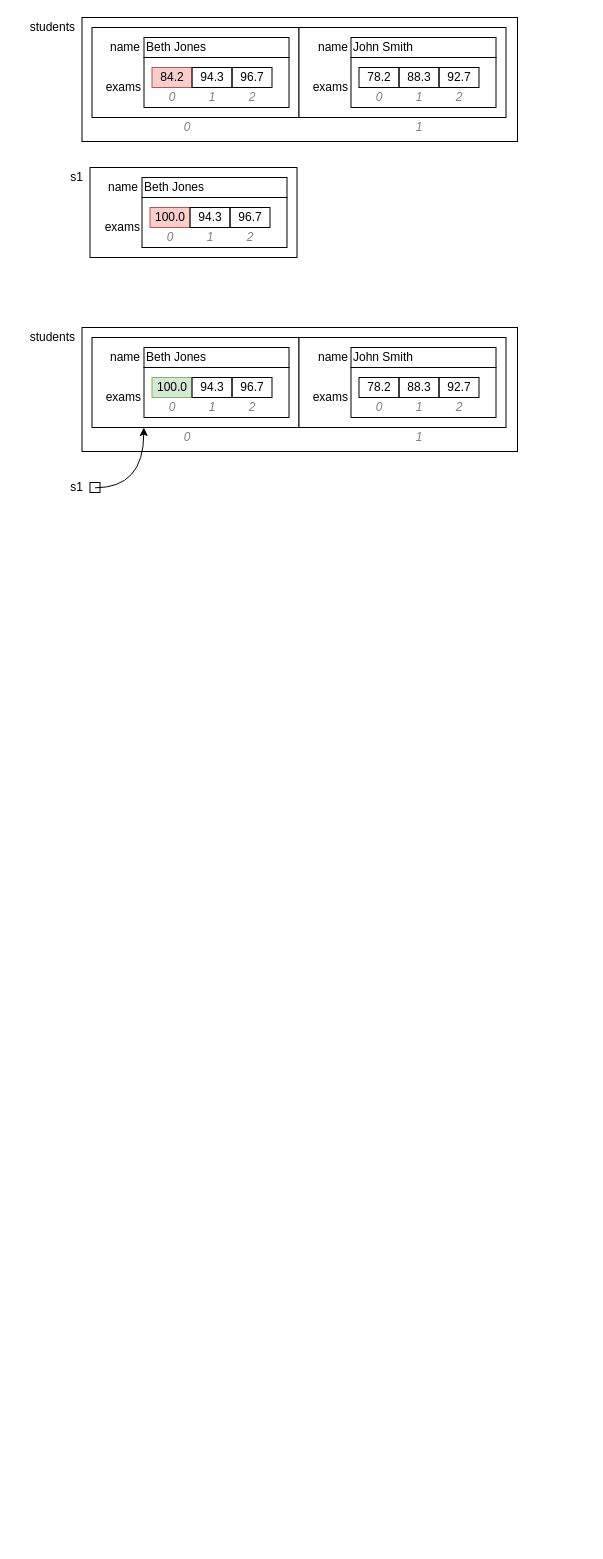
This is page "Page-2" (2 of 3) of external/images/structs.drawio from ascholerChemeketa/welcomeprogramming, a draw.io file, before an edit. Source tidied: cells renumbered, new cells numbered last; positions are measured from the earlier drawing's top-left corner, leaving out a move shared by most shapes. Both pictures are drawn from the tidied source at 100%, with x=0, y=0 at pixel (17, 17).
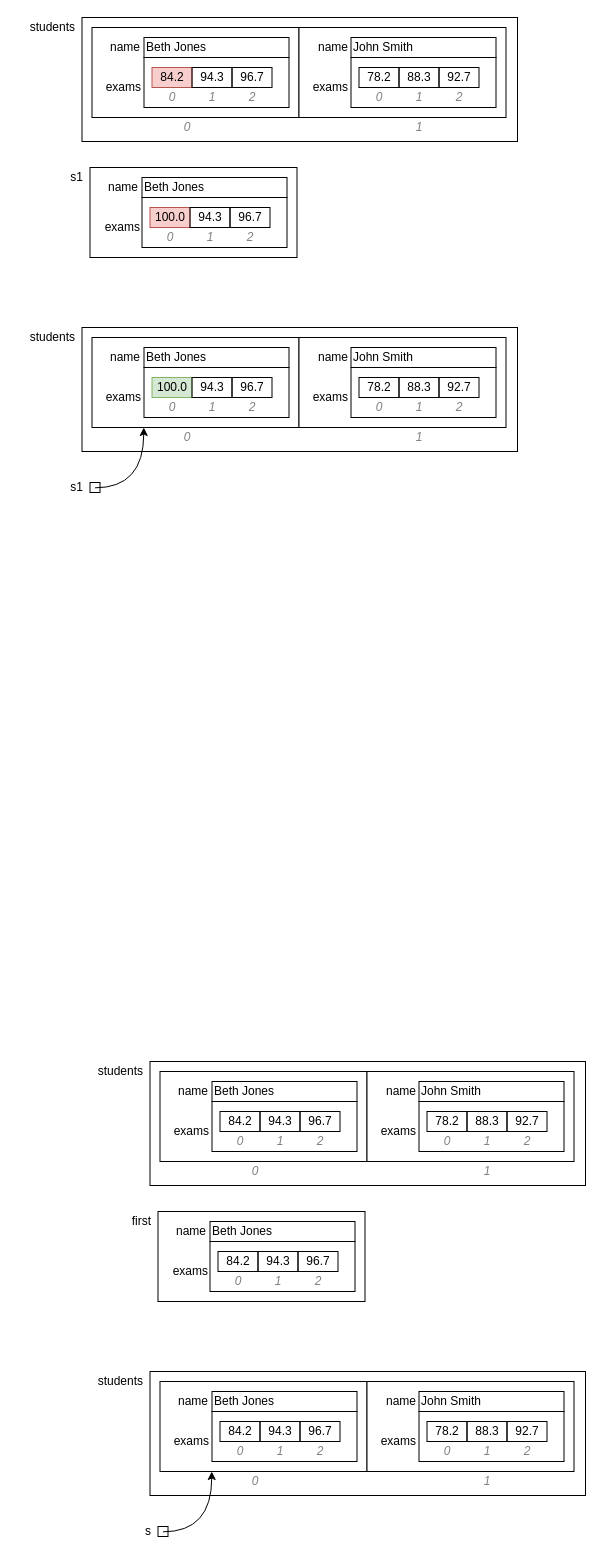
Above is the later version.

The edit, as a diff of the source:
```diff
@@
+    <mxCell id="114" style="rounded=0;whiteSpace=wrap;html=1;" parent="1" vertex="1">
+      <mxGeometry x="132.5" y="1044" width="435.5" height="124" as="geometry" />
+    </mxCell>
+    <mxCell id="115" style="rounded=0;whiteSpace=wrap;html=1;" parent="1" vertex="1">
+      <mxGeometry x="142.5" y="1054" width="207" height="90" as="geometry" />
+    </mxCell>
+    <mxCell id="116" style="rounded=0;whiteSpace=wrap;html=1;align=left;" parent="1" vertex="1">
+      <mxGeometry x="194.5" y="1084" width="145" height="50" as="geometry" />
+    </mxCell>
+    <mxCell id="117" value="students" style="text;html=1;strokeColor=none;fillColor=none;align=right;verticalAlign=middle;whiteSpace=wrap;rounded=0;" parent="1" vertex="1">
+      <mxGeometry x="68" y="1044" width="60" height="20" as="geometry" />
+    </mxCell>
+    <mxCell id="118" value="Beth Jones" style="rounded=0;whiteSpace=wrap;html=1;align=left;" parent="1" vertex="1">
+      <mxGeometry x="194.5" y="1064" width="145" height="20" as="geometry" />
+    </mxCell>
+    <mxCell id="119" value="name" style="text;html=1;strokeColor=none;fillColor=none;align=right;verticalAlign=middle;whiteSpace=wrap;rounded=0;" parent="1" vertex="1">
+      <mxGeometry x="132.5" y="1064" width="60" height="20" as="geometry" />
+    </mxCell>
+    <mxCell id="120" value="exams" style="text;html=1;strokeColor=none;fillColor=none;align=right;verticalAlign=middle;whiteSpace=wrap;rounded=0;" parent="1" vertex="1">
+      <mxGeometry x="153.5" y="1104" width="40" height="20" as="geometry" />
+    </mxCell>
+    <mxCell id="121" style="group;" parent="1" vertex="1">
+      <mxGeometry x="202.5" y="1094" width="40" height="40" as="geometry" />
+    </mxCell>
+    <mxCell id="122" style="group;fillColor=none;" parent="121" vertex="1">
+      <mxGeometry width="40" height="40" as="geometry" />
+    </mxCell>
+    <mxCell id="123" style="group;" parent="122" vertex="1">
+      <mxGeometry width="40" height="40" as="geometry" />
+    </mxCell>
+    <mxCell id="124" value="84.2" style="rounded=0;whiteSpace=wrap;html=1;" parent="123" vertex="1">
+      <mxGeometry width="40" height="20" as="geometry" />
+    </mxCell>
+    <mxCell id="125" value="0" style="text;html=1;strokeColor=none;fillColor=none;align=center;verticalAlign=middle;whiteSpace=wrap;rounded=0;fontStyle=2;fontColor=#808080;" parent="123" vertex="1">
+      <mxGeometry y="20" width="40" height="20" as="geometry" />
+    </mxCell>
+    <mxCell id="126" style="group;" parent="1" vertex="1">
+      <mxGeometry x="242.5" y="1094" width="40" height="40" as="geometry" />
+    </mxCell>
+    <mxCell id="127" style="group;fillColor=none;" parent="126" vertex="1">
+      <mxGeometry width="40" height="40" as="geometry" />
+    </mxCell>
+    <mxCell id="128" style="group;fillColor=none;" parent="127" vertex="1">
+      <mxGeometry width="40" height="40" as="geometry" />
+    </mxCell>
+    <mxCell id="129" value="94.3" style="rounded=0;whiteSpace=wrap;html=1;fillColor=none;" parent="128" vertex="1">
+      <mxGeometry width="40" height="20" as="geometry" />
+    </mxCell>
+    <mxCell id="130" value="1" style="text;html=1;strokeColor=none;fillColor=none;align=center;verticalAlign=middle;whiteSpace=wrap;rounded=0;fontStyle=2;fontColor=#808080;" parent="128" vertex="1">
+      <mxGeometry y="20" width="40" height="20" as="geometry" />
+    </mxCell>
+    <mxCell id="131" style="group;" parent="1" vertex="1">
+      <mxGeometry x="282.5" y="1094" width="40" height="40" as="geometry" />
+    </mxCell>
+    <mxCell id="132" style="group;fillColor=none;" parent="131" vertex="1">
+      <mxGeometry width="40" height="40" as="geometry" />
+    </mxCell>
+    <mxCell id="133" style="group;fillColor=none;" parent="132" vertex="1">
+      <mxGeometry width="40" height="40" as="geometry" />
+    </mxCell>
+    <mxCell id="134" value="96.7" style="rounded=0;whiteSpace=wrap;html=1;fillColor=none;" parent="133" vertex="1">
+      <mxGeometry width="40" height="20" as="geometry" />
+    </mxCell>
+    <mxCell id="135" value="2" style="text;html=1;strokeColor=none;fillColor=none;align=center;verticalAlign=middle;whiteSpace=wrap;rounded=0;fontStyle=2;fontColor=#808080;" parent="133" vertex="1">
+      <mxGeometry y="20" width="40" height="20" as="geometry" />
+    </mxCell>
+    <mxCell id="136" style="rounded=0;whiteSpace=wrap;html=1;" parent="1" vertex="1">
+      <mxGeometry x="349.5" y="1054" width="207" height="90" as="geometry" />
+    </mxCell>
+    <mxCell id="137" style="rounded=0;whiteSpace=wrap;html=1;align=left;" parent="1" vertex="1">
+      <mxGeometry x="401.5" y="1084" width="145" height="50" as="geometry" />
+    </mxCell>
+    <mxCell id="138" value="John Smith" style="rounded=0;whiteSpace=wrap;html=1;align=left;" parent="1" vertex="1">
+      <mxGeometry x="401.5" y="1064" width="145" height="20" as="geometry" />
+    </mxCell>
+    <mxCell id="139" value="name" style="text;html=1;strokeColor=none;fillColor=none;align=right;verticalAlign=middle;whiteSpace=wrap;rounded=0;" parent="1" vertex="1">
+      <mxGeometry x="340.5" y="1064" width="60" height="20" as="geometry" />
+    </mxCell>
+    <mxCell id="140" value="exams" style="text;html=1;strokeColor=none;fillColor=none;align=right;verticalAlign=middle;whiteSpace=wrap;rounded=0;" parent="1" vertex="1">
+      <mxGeometry x="360.5" y="1104" width="40" height="20" as="geometry" />
+    </mxCell>
+    <mxCell id="141" style="group;" parent="1" vertex="1">
+      <mxGeometry x="409.5" y="1094" width="40" height="40" as="geometry" />
+    </mxCell>
+    <mxCell id="142" style="group;fillColor=none;" parent="141" vertex="1">
+      <mxGeometry width="40" height="40" as="geometry" />
+    </mxCell>
+    <mxCell id="143" style="group;fillColor=none;" parent="142" vertex="1">
+      <mxGeometry width="40" height="40" as="geometry" />
+    </mxCell>
+    <mxCell id="144" value="78.2" style="rounded=0;whiteSpace=wrap;html=1;fillColor=none;" parent="143" vertex="1">
+      <mxGeometry width="40" height="20" as="geometry" />
+    </mxCell>
+    <mxCell id="145" value="0" style="text;html=1;strokeColor=none;fillColor=none;align=center;verticalAlign=middle;whiteSpace=wrap;rounded=0;fontStyle=2;fontColor=#808080;" parent="143" vertex="1">
+      <mxGeometry y="20" width="40" height="20" as="geometry" />
+    </mxCell>
+    <mxCell id="146" style="group;" parent="1" vertex="1">
+      <mxGeometry x="449.5" y="1094" width="40" height="40" as="geometry" />
+    </mxCell>
+    <mxCell id="147" style="group;fillColor=none;" parent="146" vertex="1">
+      <mxGeometry width="40" height="40" as="geometry" />
+    </mxCell>
+    <mxCell id="148" style="group;fillColor=none;" parent="147" vertex="1">
+      <mxGeometry width="40" height="40" as="geometry" />
+    </mxCell>
+    <mxCell id="149" value="88.3" style="rounded=0;whiteSpace=wrap;html=1;fillColor=none;" parent="148" vertex="1">
+      <mxGeometry width="40" height="20" as="geometry" />
+    </mxCell>
+    <mxCell id="150" value="1" style="text;html=1;strokeColor=none;fillColor=none;align=center;verticalAlign=middle;whiteSpace=wrap;rounded=0;fontStyle=2;fontColor=#808080;" parent="148" vertex="1">
+      <mxGeometry y="20" width="40" height="20" as="geometry" />
+    </mxCell>
+    <mxCell id="151" style="group;" parent="1" vertex="1">
+      <mxGeometry x="489.5" y="1094" width="40" height="40" as="geometry" />
+    </mxCell>
+    <mxCell id="152" style="group;fillColor=none;" parent="151" vertex="1">
+      <mxGeometry width="40" height="40" as="geometry" />
+    </mxCell>
+    <mxCell id="153" style="group;fillColor=none;" parent="152" vertex="1">
+      <mxGeometry width="40" height="40" as="geometry" />
+    </mxCell>
+    <mxCell id="154" value="92.7" style="rounded=0;whiteSpace=wrap;html=1;fillColor=none;" parent="153" vertex="1">
+      <mxGeometry width="40" height="20" as="geometry" />
+    </mxCell>
+    <mxCell id="155" value="2" style="text;html=1;strokeColor=none;fillColor=none;align=center;verticalAlign=middle;whiteSpace=wrap;rounded=0;fontStyle=2;fontColor=#808080;" parent="153" vertex="1">
+      <mxGeometry y="20" width="40" height="20" as="geometry" />
+    </mxCell>
+    <mxCell id="156" value="0" style="text;html=1;strokeColor=none;fillColor=none;align=center;verticalAlign=middle;whiteSpace=wrap;rounded=0;fontStyle=2;fontColor=#808080;" parent="1" vertex="1">
+      <mxGeometry x="218" y="1144" width="40" height="20" as="geometry" />
+    </mxCell>
+    <mxCell id="157" value="1" style="text;html=1;strokeColor=none;fillColor=none;align=center;verticalAlign=middle;whiteSpace=wrap;rounded=0;fontStyle=2;fontColor=#808080;" parent="1" vertex="1">
+      <mxGeometry x="449.5" y="1144" width="40" height="20" as="geometry" />
+    </mxCell>
+    <mxCell id="158" style="rounded=0;whiteSpace=wrap;html=1;" parent="1" vertex="1">
+      <mxGeometry x="140.5" y="1194" width="207" height="90" as="geometry" />
+    </mxCell>
+    <mxCell id="159" style="rounded=0;whiteSpace=wrap;html=1;align=left;" parent="1" vertex="1">
+      <mxGeometry x="192.5" y="1224" width="145" height="50" as="geometry" />
+    </mxCell>
+    <mxCell id="160" value="first" style="text;html=1;strokeColor=none;fillColor=none;align=right;verticalAlign=middle;whiteSpace=wrap;rounded=0;" parent="1" vertex="1">
+      <mxGeometry x="76" y="1194" width="60" height="20" as="geometry" />
+    </mxCell>
+    <mxCell id="161" value="Beth Jones" style="rounded=0;whiteSpace=wrap;html=1;align=left;" parent="1" vertex="1">
+      <mxGeometry x="192.5" y="1204" width="145" height="20" as="geometry" />
+    </mxCell>
+    <mxCell id="162" value="name" style="text;html=1;strokeColor=none;fillColor=none;align=right;verticalAlign=middle;whiteSpace=wrap;rounded=0;" parent="1" vertex="1">
+      <mxGeometry x="130.5" y="1204" width="60" height="20" as="geometry" />
+    </mxCell>
+    <mxCell id="163" value="exams" style="text;html=1;strokeColor=none;fillColor=none;align=right;verticalAlign=middle;whiteSpace=wrap;rounded=0;" parent="1" vertex="1">
+      <mxGeometry x="152.5" y="1244" width="40" height="20" as="geometry" />
+    </mxCell>
+    <mxCell id="164" style="group;" parent="1" vertex="1">
+      <mxGeometry x="200.5" y="1234" width="40" height="40" as="geometry" />
+    </mxCell>
+    <mxCell id="165" style="group;fillColor=none;" parent="164" vertex="1">
+      <mxGeometry width="40" height="40" as="geometry" />
+    </mxCell>
+    <mxCell id="166" style="group;fillColor=none;" parent="165" vertex="1">
+      <mxGeometry width="40" height="40" as="geometry" />
+    </mxCell>
+    <mxCell id="167" value="84.2" style="rounded=0;whiteSpace=wrap;html=1;" parent="166" vertex="1">
+      <mxGeometry width="40" height="20" as="geometry" />
+    </mxCell>
+    <mxCell id="168" value="0" style="text;html=1;strokeColor=none;fillColor=none;align=center;verticalAlign=middle;whiteSpace=wrap;rounded=0;fontStyle=2;fontColor=#808080;" parent="166" vertex="1">
+      <mxGeometry y="20" width="40" height="20" as="geometry" />
+    </mxCell>
+    <mxCell id="169" style="group;" parent="1" vertex="1">
+      <mxGeometry x="240.5" y="1234" width="40" height="40" as="geometry" />
+    </mxCell>
+    <mxCell id="170" style="group;fillColor=none;" parent="169" vertex="1">
+      <mxGeometry width="40" height="40" as="geometry" />
+    </mxCell>
+    <mxCell id="171" style="group;fillColor=none;" parent="170" vertex="1">
+      <mxGeometry width="40" height="40" as="geometry" />
+    </mxCell>
+    <mxCell id="172" value="94.3" style="rounded=0;whiteSpace=wrap;html=1;fillColor=none;" parent="171" vertex="1">
+      <mxGeometry width="40" height="20" as="geometry" />
+    </mxCell>
+    <mxCell id="173" value="1" style="text;html=1;strokeColor=none;fillColor=none;align=center;verticalAlign=middle;whiteSpace=wrap;rounded=0;fontStyle=2;fontColor=#808080;" parent="171" vertex="1">
+      <mxGeometry y="20" width="40" height="20" as="geometry" />
+    </mxCell>
+    <mxCell id="174" style="group;" parent="1" vertex="1">
+      <mxGeometry x="280.5" y="1234" width="40" height="40" as="geometry" />
+    </mxCell>
+    <mxCell id="175" style="group;fillColor=none;" parent="174" vertex="1">
+      <mxGeometry width="40" height="40" as="geometry" />
+    </mxCell>
+    <mxCell id="176" style="group;fillColor=none;" parent="175" vertex="1">
+      <mxGeometry width="40" height="40" as="geometry" />
+    </mxCell>
+    <mxCell id="177" value="96.7" style="rounded=0;whiteSpace=wrap;html=1;fillColor=none;" parent="176" vertex="1">
+      <mxGeometry width="40" height="20" as="geometry" />
+    </mxCell>
+    <mxCell id="178" value="2" style="text;html=1;strokeColor=none;fillColor=none;align=center;verticalAlign=middle;whiteSpace=wrap;rounded=0;fontStyle=2;fontColor=#808080;" parent="176" vertex="1">
+      <mxGeometry y="20" width="40" height="20" as="geometry" />
+    </mxCell>
+    <mxCell id="179" style="rounded=0;whiteSpace=wrap;html=1;" parent="1" vertex="1">
+      <mxGeometry x="132.5" y="1354" width="435.5" height="124" as="geometry" />
+    </mxCell>
+    <mxCell id="180" style="rounded=0;whiteSpace=wrap;html=1;" parent="1" vertex="1">
+      <mxGeometry x="142.5" y="1364" width="207" height="90" as="geometry" />
+    </mxCell>
+    <mxCell id="181" style="rounded=0;whiteSpace=wrap;html=1;align=left;" parent="1" vertex="1">
+      <mxGeometry x="194.5" y="1394" width="145" height="50" as="geometry" />
+    </mxCell>
+    <mxCell id="182" value="students" style="text;html=1;strokeColor=none;fillColor=none;align=right;verticalAlign=middle;whiteSpace=wrap;rounded=0;" parent="1" vertex="1">
+      <mxGeometry x="68" y="1354" width="60" height="20" as="geometry" />
+    </mxCell>
+    <mxCell id="183" value="Beth Jones" style="rounded=0;whiteSpace=wrap;html=1;align=left;" parent="1" vertex="1">
+      <mxGeometry x="194.5" y="1374" width="145" height="20" as="geometry" />
+    </mxCell>
+    <mxCell id="184" value="name" style="text;html=1;strokeColor=none;fillColor=none;align=right;verticalAlign=middle;whiteSpace=wrap;rounded=0;" parent="1" vertex="1">
+      <mxGeometry x="132.5" y="1374" width="60" height="20" as="geometry" />
+    </mxCell>
+    <mxCell id="185" value="exams" style="text;html=1;strokeColor=none;fillColor=none;align=right;verticalAlign=middle;whiteSpace=wrap;rounded=0;" parent="1" vertex="1">
+      <mxGeometry x="153.5" y="1414" width="40" height="20" as="geometry" />
+    </mxCell>
+    <mxCell id="186" style="group;" parent="1" vertex="1">
+      <mxGeometry x="202.5" y="1404" width="40" height="40" as="geometry" />
+    </mxCell>
+    <mxCell id="187" style="group;fillColor=none;" parent="186" vertex="1">
+      <mxGeometry width="40" height="40" as="geometry" />
+    </mxCell>
+    <mxCell id="188" style="group;fillColor=none;" parent="187" vertex="1">
+      <mxGeometry width="40" height="40" as="geometry" />
+    </mxCell>
+    <mxCell id="189" value="84.2" style="rounded=0;whiteSpace=wrap;html=1;" parent="188" vertex="1">
+      <mxGeometry width="40" height="20" as="geometry" />
+    </mxCell>
+    <mxCell id="190" value="0" style="text;html=1;strokeColor=none;fillColor=none;align=center;verticalAlign=middle;whiteSpace=wrap;rounded=0;fontStyle=2;fontColor=#808080;" parent="188" vertex="1">
+      <mxGeometry y="20" width="40" height="20" as="geometry" />
+    </mxCell>
+    <mxCell id="191" style="group;" parent="1" vertex="1">
+      <mxGeometry x="242.5" y="1404" width="40" height="40" as="geometry" />
+    </mxCell>
+    <mxCell id="192" style="group;fillColor=none;" parent="191" vertex="1">
+      <mxGeometry width="40" height="40" as="geometry" />
+    </mxCell>
+    <mxCell id="193" style="group;fillColor=none;" parent="192" vertex="1">
+      <mxGeometry width="40" height="40" as="geometry" />
+    </mxCell>
+    <mxCell id="194" value="94.3" style="rounded=0;whiteSpace=wrap;html=1;fillColor=none;" parent="193" vertex="1">
+      <mxGeometry width="40" height="20" as="geometry" />
+    </mxCell>
+    <mxCell id="195" value="1" style="text;html=1;strokeColor=none;fillColor=none;align=center;verticalAlign=middle;whiteSpace=wrap;rounded=0;fontStyle=2;fontColor=#808080;" parent="193" vertex="1">
+      <mxGeometry y="20" width="40" height="20" as="geometry" />
+    </mxCell>
+    <mxCell id="196" style="group;" parent="1" vertex="1">
+      <mxGeometry x="282.5" y="1404" width="40" height="40" as="geometry" />
+    </mxCell>
+    <mxCell id="197" style="group;fillColor=none;" parent="196" vertex="1">
+      <mxGeometry width="40" height="40" as="geometry" />
+    </mxCell>
+    <mxCell id="198" style="group;fillColor=none;" parent="197" vertex="1">
+      <mxGeometry width="40" height="40" as="geometry" />
+    </mxCell>
+    <mxCell id="199" value="96.7" style="rounded=0;whiteSpace=wrap;html=1;fillColor=none;" parent="198" vertex="1">
+      <mxGeometry width="40" height="20" as="geometry" />
+    </mxCell>
+    <mxCell id="200" value="2" style="text;html=1;strokeColor=none;fillColor=none;align=center;verticalAlign=middle;whiteSpace=wrap;rounded=0;fontStyle=2;fontColor=#808080;" parent="198" vertex="1">
+      <mxGeometry y="20" width="40" height="20" as="geometry" />
+    </mxCell>
+    <mxCell id="201" style="rounded=0;whiteSpace=wrap;html=1;" parent="1" vertex="1">
+      <mxGeometry x="349.5" y="1364" width="207" height="90" as="geometry" />
+    </mxCell>
+    <mxCell id="202" style="rounded=0;whiteSpace=wrap;html=1;align=left;" parent="1" vertex="1">
+      <mxGeometry x="401.5" y="1394" width="145" height="50" as="geometry" />
+    </mxCell>
+    <mxCell id="203" value="John Smith" style="rounded=0;whiteSpace=wrap;html=1;align=left;" parent="1" vertex="1">
+      <mxGeometry x="401.5" y="1374" width="145" height="20" as="geometry" />
+    </mxCell>
+    <mxCell id="204" value="name" style="text;html=1;strokeColor=none;fillColor=none;align=right;verticalAlign=middle;whiteSpace=wrap;rounded=0;" parent="1" vertex="1">
+      <mxGeometry x="340.5" y="1374" width="60" height="20" as="geometry" />
+    </mxCell>
+    <mxCell id="205" value="exams" style="text;html=1;strokeColor=none;fillColor=none;align=right;verticalAlign=middle;whiteSpace=wrap;rounded=0;" parent="1" vertex="1">
+      <mxGeometry x="360.5" y="1414" width="40" height="20" as="geometry" />
+    </mxCell>
+    <mxCell id="206" style="group;" parent="1" vertex="1">
+      <mxGeometry x="409.5" y="1404" width="40" height="40" as="geometry" />
+    </mxCell>
+    <mxCell id="207" style="group;fillColor=none;" parent="206" vertex="1">
+      <mxGeometry width="40" height="40" as="geometry" />
+    </mxCell>
+    <mxCell id="208" style="group;fillColor=none;" parent="207" vertex="1">
+      <mxGeometry width="40" height="40" as="geometry" />
+    </mxCell>
+    <mxCell id="209" value="78.2" style="rounded=0;whiteSpace=wrap;html=1;fillColor=none;" parent="208" vertex="1">
+      <mxGeometry width="40" height="20" as="geometry" />
+    </mxCell>
+    <mxCell id="210" value="0" style="text;html=1;strokeColor=none;fillColor=none;align=center;verticalAlign=middle;whiteSpace=wrap;rounded=0;fontStyle=2;fontColor=#808080;" parent="208" vertex="1">
+      <mxGeometry y="20" width="40" height="20" as="geometry" />
+    </mxCell>
+    <mxCell id="211" style="group;" parent="1" vertex="1">
+      <mxGeometry x="449.5" y="1404" width="40" height="40" as="geometry" />
+    </mxCell>
+    <mxCell id="212" style="group;fillColor=none;" parent="211" vertex="1">
+      <mxGeometry width="40" height="40" as="geometry" />
+    </mxCell>
+    <mxCell id="213" style="group;fillColor=none;" parent="212" vertex="1">
+      <mxGeometry width="40" height="40" as="geometry" />
+    </mxCell>
+    <mxCell id="214" value="88.3" style="rounded=0;whiteSpace=wrap;html=1;fillColor=none;" parent="213" vertex="1">
+      <mxGeometry width="40" height="20" as="geometry" />
+    </mxCell>
+    <mxCell id="215" value="1" style="text;html=1;strokeColor=none;fillColor=none;align=center;verticalAlign=middle;whiteSpace=wrap;rounded=0;fontStyle=2;fontColor=#808080;" parent="213" vertex="1">
+      <mxGeometry y="20" width="40" height="20" as="geometry" />
+    </mxCell>
+    <mxCell id="216" style="group;" parent="1" vertex="1">
+      <mxGeometry x="489.5" y="1404" width="40" height="40" as="geometry" />
+    </mxCell>
+    <mxCell id="217" style="group;fillColor=none;" parent="216" vertex="1">
+      <mxGeometry width="40" height="40" as="geometry" />
+    </mxCell>
+    <mxCell id="218" style="group;fillColor=none;" parent="217" vertex="1">
+      <mxGeometry width="40" height="40" as="geometry" />
+    </mxCell>
+    <mxCell id="219" value="92.7" style="rounded=0;whiteSpace=wrap;html=1;fillColor=none;" parent="218" vertex="1">
+      <mxGeometry width="40" height="20" as="geometry" />
+    </mxCell>
+    <mxCell id="220" value="2" style="text;html=1;strokeColor=none;fillColor=none;align=center;verticalAlign=middle;whiteSpace=wrap;rounded=0;fontStyle=2;fontColor=#808080;" parent="218" vertex="1">
+      <mxGeometry y="20" width="40" height="20" as="geometry" />
+    </mxCell>
+    <mxCell id="221" value="0" style="text;html=1;strokeColor=none;fillColor=none;align=center;verticalAlign=middle;whiteSpace=wrap;rounded=0;fontStyle=2;fontColor=#808080;" parent="1" vertex="1">
+      <mxGeometry x="218" y="1454" width="40" height="20" as="geometry" />
+    </mxCell>
+    <mxCell id="222" value="1" style="text;html=1;strokeColor=none;fillColor=none;align=center;verticalAlign=middle;whiteSpace=wrap;rounded=0;fontStyle=2;fontColor=#808080;" parent="1" vertex="1">
+      <mxGeometry x="449.5" y="1454" width="40" height="20" as="geometry" />
+    </mxCell>
+    <mxCell id="223" value="s" style="text;html=1;strokeColor=none;fillColor=none;align=right;verticalAlign=middle;whiteSpace=wrap;rounded=0;" parent="1" vertex="1">
+      <mxGeometry x="76" y="1504" width="60" height="20" as="geometry" />
+    </mxCell>
+    <mxCell id="224" style="rounded=0;whiteSpace=wrap;html=1;" parent="1" vertex="1">
+      <mxGeometry x="140.5" y="1509" width="10" height="10" as="geometry" />
+    </mxCell>
+    <mxCell id="225" style="endArrow=classic;html=1;entryX=0.25;entryY=1;entryDx=0;entryDy=0;edgeStyle=orthogonalEdgeStyle;curved=1;exitX=0.5;exitY=0.533;exitDx=0;exitDy=0;exitPerimeter=0;" parent="1" edge="1" source="224" target="180">
+      <mxGeometry relative="1" as="geometry">
+        <Array as="points">
+          <mxPoint x="194" y="1514" />
+        </Array>
+      </mxGeometry>
+    </mxCell>
```
